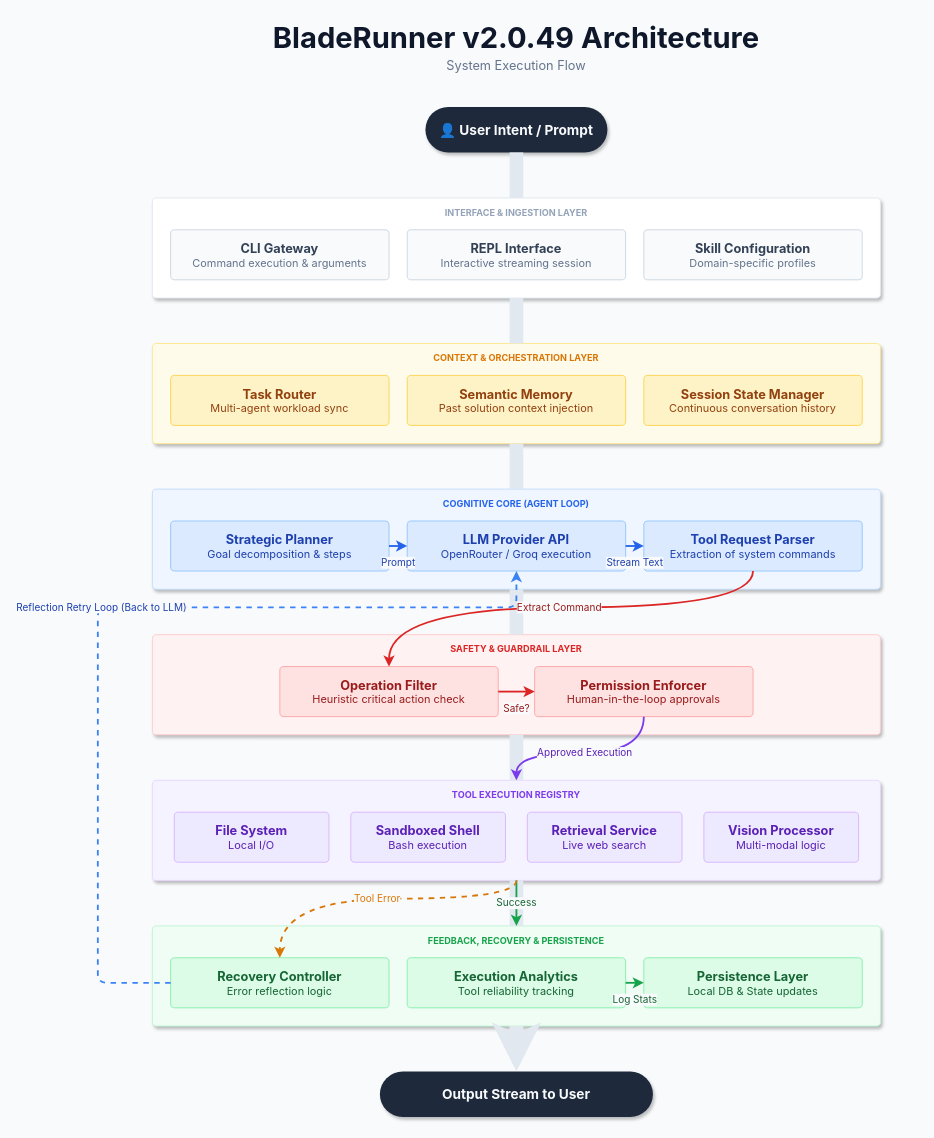
Above: docs/ARCHITECTURE.drawio in mann-127/BladeRunner (draw.io), before the change. Source tidied: cells renumbered, new cells numbered last; positions are measured from the earlier drawing's top-left corner, leaving out a move shared by most shapes. Both pictures are drawn from the tidied source at 91%, with x=0, y=0 at pixel (97, 15).
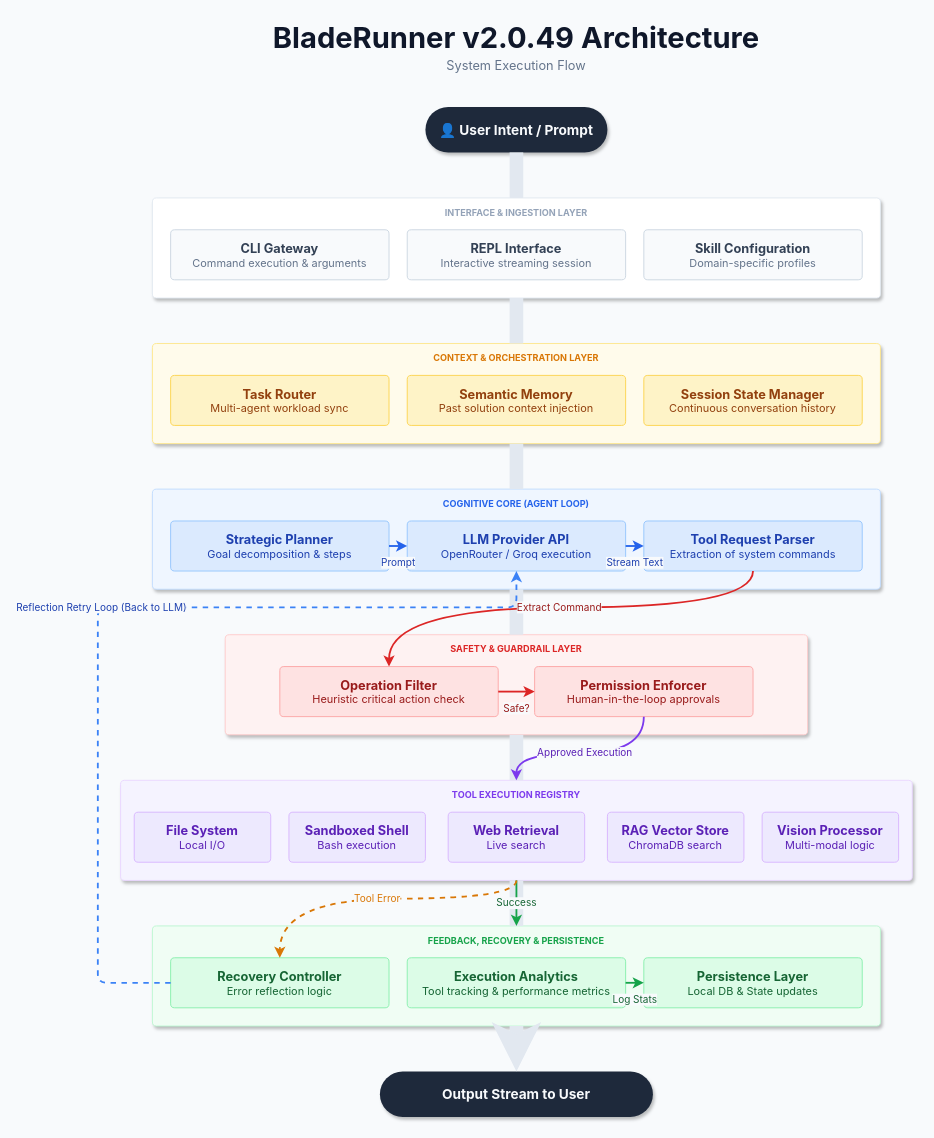
Above is the later version.

What changed in the source:
```diff
@@
     <mxCell id="20" style="rounded=1;whiteSpace=wrap;html=1;fillColor=#FEF2F2;strokeColor=#FECACA;strokeWidth=1;shadow=1;arcSize=4;" parent="1" vertex="1">
-      <mxGeometry x="60" y="680" width="800" height="110" as="geometry" />
+      <mxGeometry x="140" y="680" width="640" height="110" as="geometry" />
     </mxCell>
@@
     <mxCell id="24" style="rounded=1;whiteSpace=wrap;html=1;fillColor=#F5F3FF;strokeColor=#E9D5FF;strokeWidth=1;shadow=1;arcSize=4;" parent="1" vertex="1">
-      <mxGeometry x="60" y="840" width="800" height="110" as="geometry" />
+      <mxGeometry x="25" y="840" width="870" height="110" as="geometry" />
     </mxCell>
@@
     <mxCell id="26" value="&lt;b style='font-size:14px'&gt;File System&lt;/b&gt;&lt;br&gt;&lt;span style='font-size:12px;color:#5B21B6'&gt;Local I/O&lt;/span&gt;" style="rounded=1;whiteSpace=wrap;html=1;fillColor=#EDE9FE;strokeColor=#D8B4FE;strokeWidth=1;fontColor=#5B21B6;fontFamily=Inter, sans-serif;arcSize=8;align=center;" parent="1" vertex="1">
-      <mxGeometry x="84" y="875" width="170" height="55" as="geometry" />
+      <mxGeometry x="40" y="875" width="150" height="55" as="geometry" />
     </mxCell>
     <mxCell id="27" value="&lt;b style='font-size:14px'&gt;Sandboxed Shell&lt;/b&gt;&lt;br&gt;&lt;span style='font-size:12px;color:#5B21B6'&gt;Bash execution&lt;/span&gt;" style="rounded=1;whiteSpace=wrap;html=1;fillColor=#EDE9FE;strokeColor=#D8B4FE;strokeWidth=1;fontColor=#5B21B6;fontFamily=Inter, sans-serif;arcSize=8;align=center;" parent="1" vertex="1">
-      <mxGeometry x="278" y="875" width="170" height="55" as="geometry" />
+      <mxGeometry x="210" y="875" width="150" height="55" as="geometry" />
     </mxCell>
-    <mxCell id="28" value="&lt;b style='font-size:14px'&gt;Retrieval Service&lt;/b&gt;&lt;br&gt;&lt;span style='font-size:12px;color:#5B21B6'&gt;Live web search&lt;/span&gt;" style="rounded=1;whiteSpace=wrap;html=1;fillColor=#EDE9FE;strokeColor=#D8B4FE;strokeWidth=1;fontColor=#5B21B6;fontFamily=Inter, sans-serif;arcSize=8;align=center;" parent="1" vertex="1">
-      <mxGeometry x="472" y="875" width="170" height="55" as="geometry" />
+    <mxCell id="28" value="&lt;b style='font-size:14px'&gt;Web Retrieval&lt;/b&gt;&lt;br&gt;&lt;span style='font-size:12px;color:#5B21B6'&gt;Live search&lt;/span&gt;" style="rounded=1;whiteSpace=wrap;html=1;fillColor=#EDE9FE;strokeColor=#D8B4FE;strokeWidth=1;fontColor=#5B21B6;fontFamily=Inter, sans-serif;arcSize=8;align=center;" parent="1" vertex="1">
+      <mxGeometry x="385" y="875" width="150" height="55" as="geometry" />
     </mxCell>
+    <mxCell id="52" value="&lt;b style='font-size:14px'&gt;RAG Vector Store&lt;/b&gt;&lt;br&gt;&lt;span style='font-size:12px;color:#5B21B6'&gt;ChromaDB search&lt;/span&gt;" style="rounded=1;whiteSpace=wrap;html=1;fillColor=#EDE9FE;strokeColor=#D8B4FE;strokeWidth=1;fontColor=#5B21B6;fontFamily=Inter, sans-serif;arcSize=8;align=center;" parent="1" vertex="1">
+      <mxGeometry x="560" y="875" width="150" height="55" as="geometry" />
+    </mxCell>
     <mxCell id="29" value="&lt;b style='font-size:14px'&gt;Vision Processor&lt;/b&gt;&lt;br&gt;&lt;span style='font-size:12px;color:#5B21B6'&gt;Multi-modal logic&lt;/span&gt;" style="rounded=1;whiteSpace=wrap;html=1;fillColor=#EDE9FE;strokeColor=#D8B4FE;strokeWidth=1;fontColor=#5B21B6;fontFamily=Inter, sans-serif;arcSize=8;align=center;" parent="1" vertex="1">
-      <mxGeometry x="666" y="875" width="170" height="55" as="geometry" />
+      <mxGeometry x="730" y="875" width="150" height="55" as="geometry" />
     </mxCell>
@@
-    <mxCell id="33" value="&lt;b style='font-size:14px'&gt;Execution Analytics&lt;/b&gt;&lt;br&gt;&lt;span style='font-size:12px;color:#166534'&gt;Tool reliability tracking&lt;/span&gt;" style="rounded=1;whiteSpace=wrap;html=1;fillColor=#DCFCE7;strokeColor=#86EFAC;strokeWidth=1;fontColor=#166534;fontFamily=Inter, sans-serif;arcSize=8;align=center;" parent="1" vertex="1">
+    <mxCell id="33" value="&lt;b style='font-size:14px'&gt;Execution Analytics&lt;/b&gt;&lt;br&gt;&lt;span style='font-size:12px;color:#166534'&gt;Tool tracking &amp; performance metrics&lt;/span&gt;" style="rounded=1;whiteSpace=wrap;html=1;fillColor=#DCFCE7;strokeColor=#86EFAC;strokeWidth=1;fontColor=#166534;fontFamily=Inter, sans-serif;arcSize=8;align=center;" parent="1" vertex="1">
       <mxGeometry x="340" y="1035" width="240" height="55" as="geometry" />
     </mxCell>
```
